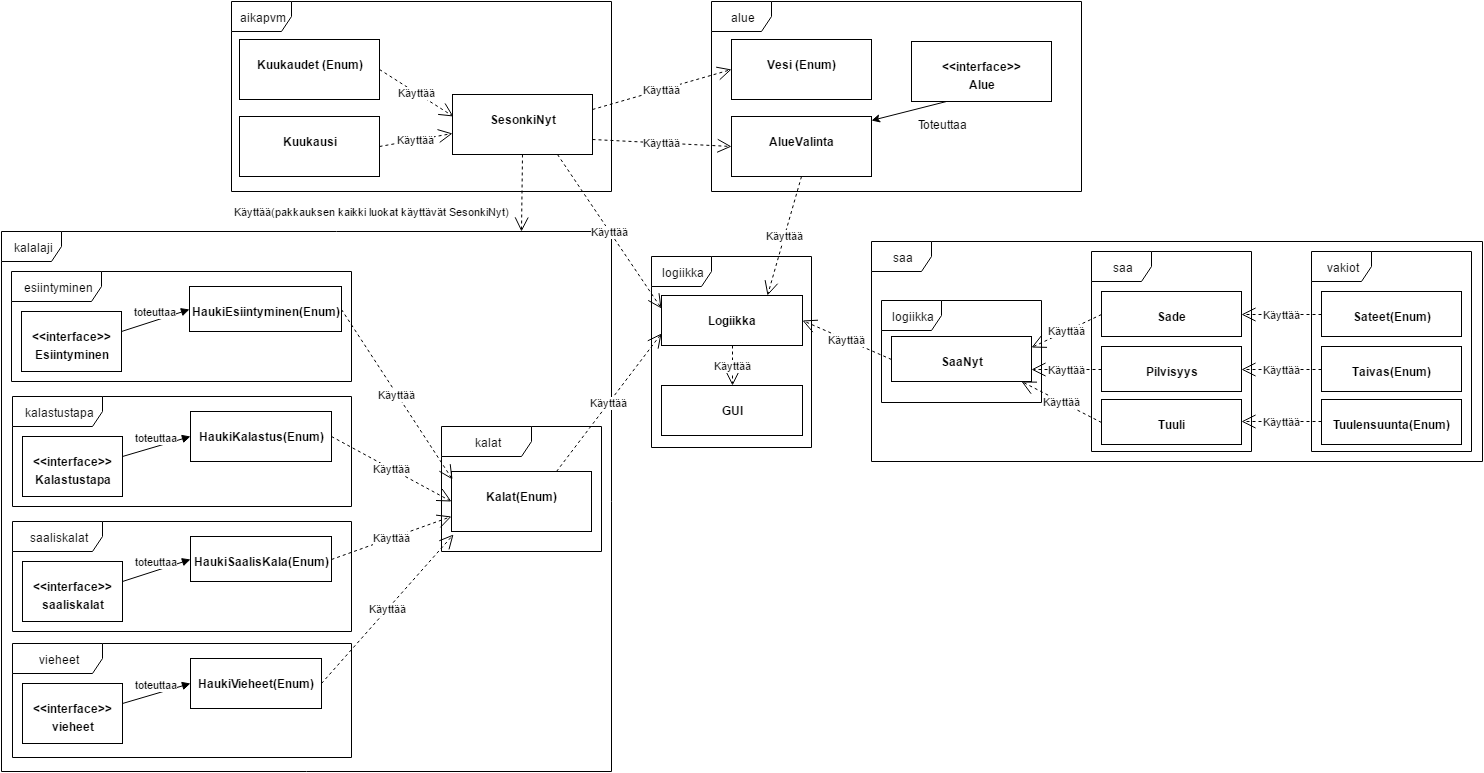
Above: dokumentaatio/kalastusApu_luokkakaavio.png in mikkovalla/KalastusApu (draw.io), before the change. Source tidied: cells renumbered, new cells last; positions are measured from the earlier drawing's top-left corner, leaving out a move shared by most shapes.
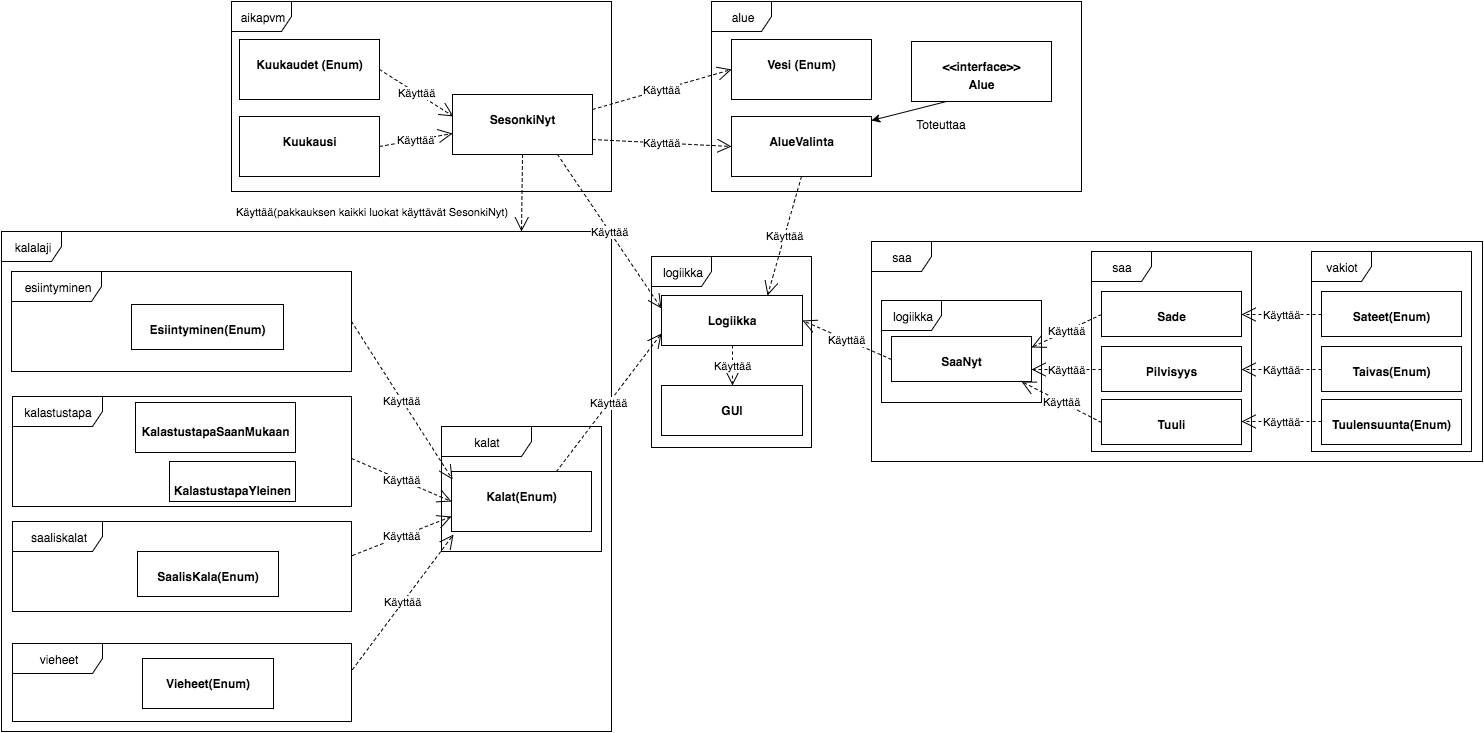
The same file after the commit.

Commit message:
Luokkakaavio päivitetty

Diff of the diagram source:
```diff
@@ -39,13 +39,13 @@
       <mxGeometry relative="1" as="geometry" />
     </mxCell>
     <mxCell id="14" value="kalalaji" style="shape=umlFrame;whiteSpace=wrap;html=1;" parent="1" vertex="1">
-      <mxGeometry y="230" width="610" height="540" as="geometry" />
+      <mxGeometry y="230" width="610" height="500" as="geometry" />
     </mxCell>
     <mxCell id="15" value="saa" style="shape=umlFrame;whiteSpace=wrap;html=1;" parent="1" vertex="1">
       <mxGeometry x="870" y="240" width="611" height="220" as="geometry" />
     </mxCell>
     <mxCell id="16" value="esiintyminen" style="shape=umlFrame;whiteSpace=wrap;html=1;width=90;height=30;" parent="1" vertex="1">
-      <mxGeometry x="10" y="270" width="340" height="110" as="geometry" />
+      <mxGeometry x="10" y="270" width="340" height="100" as="geometry" />
     </mxCell>
     <mxCell id="17" value="kalat" style="shape=umlFrame;whiteSpace=wrap;html=1;width=90;height=30;" parent="1" vertex="1">
       <mxGeometry x="440" y="425" width="160" height="125" as="geometry" />
@@ -53,59 +53,27 @@
     <mxCell id="18" value="&lt;p style=&quot;margin: 0px ; margin-top: 4px ; text-align: center&quot;&gt;&lt;br&gt;&lt;b&gt;Kalat(Enum)&lt;/b&gt;&lt;/p&gt;" style="verticalAlign=top;align=left;overflow=fill;fontSize=12;fontFamily=Helvetica;html=1;" parent="1" vertex="1">
       <mxGeometry x="450" y="470" width="140" height="60" as="geometry" />
     </mxCell>
-    <mxCell id="19" value="&lt;p style=&quot;margin: 0px ; margin-top: 4px ; text-align: center&quot;&gt;&lt;br&gt;&lt;b&gt;&amp;lt;&amp;lt;interface&amp;gt;&amp;gt;&lt;/b&gt;&lt;/p&gt;&lt;p style=&quot;margin: 0px ; margin-top: 4px ; text-align: center&quot;&gt;&lt;b&gt;Esiintyminen&lt;/b&gt;&lt;/p&gt;" style="verticalAlign=top;align=left;overflow=fill;fontSize=12;fontFamily=Helvetica;html=1;" parent="1" vertex="1">
-      <mxGeometry x="20" y="310" width="100" height="60" as="geometry" />
-    </mxCell>
-    <mxCell id="20" value="&lt;p style=&quot;margin: 0px ; margin-top: 4px ; text-align: center&quot;&gt;&lt;br&gt;&lt;b&gt;HaukiEsiintyminen(Enum)&lt;/b&gt;&lt;/p&gt;" style="verticalAlign=top;align=left;overflow=fill;fontSize=12;fontFamily=Helvetica;html=1;" parent="1" vertex="1">
-      <mxGeometry x="188" y="285" width="152" height="45" as="geometry" />
+    <mxCell id="20" value="&lt;p style=&quot;margin: 0px ; margin-top: 4px ; text-align: center&quot;&gt;&lt;br&gt;&lt;b&gt;Esiintyminen(Enum)&lt;/b&gt;&lt;/p&gt;" style="verticalAlign=top;align=left;overflow=fill;fontSize=12;fontFamily=Helvetica;html=1;" parent="1" vertex="1">
+      <mxGeometry x="130" y="303" width="152" height="45" as="geometry" />
     </mxCell>
-    <mxCell id="21" value="toteuttaa" style="html=1;verticalAlign=bottom;endArrow=block;entryX=0;entryY=0.5;" parent="1" edge="1" target="20">
-      <mxGeometry relative="1" as="geometry">
-        <mxPoint x="120" y="330" as="sourcePoint" />
-      </mxGeometry>
-    </mxCell>
     <mxCell id="22" value="kalastustapa" style="shape=umlFrame;whiteSpace=wrap;html=1;width=90;height=30;" parent="1" vertex="1">
       <mxGeometry x="11" y="395" width="339" height="110" as="geometry" />
     </mxCell>
-    <mxCell id="23" value="&lt;p style=&quot;margin: 0px ; margin-top: 4px ; text-align: center&quot;&gt;&lt;br&gt;&lt;b&gt;&amp;lt;&amp;lt;interface&amp;gt;&amp;gt;&lt;/b&gt;&lt;/p&gt;&lt;p style=&quot;margin: 0px ; margin-top: 4px ; text-align: center&quot;&gt;&lt;b&gt;Kalastustapa&lt;/b&gt;&lt;/p&gt;" style="verticalAlign=top;align=left;overflow=fill;fontSize=12;fontFamily=Helvetica;html=1;" parent="1" vertex="1">
-      <mxGeometry x="21" y="435" width="100" height="60" as="geometry" />
+    <mxCell id="23" value="&lt;p style=&quot;margin: 0px ; margin-top: 4px ; text-align: center&quot;&gt;&lt;br&gt;&lt;/p&gt;&lt;p style=&quot;margin: 0px ; margin-top: 4px ; text-align: center&quot;&gt;&lt;b&gt;KalastustapaSaanMukaan&lt;/b&gt;&lt;/p&gt;" style="verticalAlign=top;align=left;overflow=fill;fontSize=12;fontFamily=Helvetica;html=1;" parent="1" vertex="1">
+      <mxGeometry x="134" y="401" width="160" height="50" as="geometry" />
     </mxCell>
-    <mxCell id="24" value="&lt;p style=&quot;margin: 0px ; margin-top: 4px ; text-align: center&quot;&gt;&lt;br&gt;&lt;b&gt;HaukiKalastus(Enum)&lt;/b&gt;&lt;/p&gt;" style="verticalAlign=top;align=left;overflow=fill;fontSize=12;fontFamily=Helvetica;html=1;" parent="1" vertex="1">
-      <mxGeometry x="189" y="410" width="141" height="50" as="geometry" />
-    </mxCell>
-    <mxCell id="25" value="toteuttaa" style="html=1;verticalAlign=bottom;endArrow=block;entryX=0;entryY=0.5;" parent="1" edge="1" target="24">
-      <mxGeometry x="-629" y="475" as="geometry">
-        <mxPoint x="121" y="455" as="sourcePoint" />
-      </mxGeometry>
-    </mxCell>
     <mxCell id="26" value="saaliskalat" style="shape=umlFrame;whiteSpace=wrap;html=1;width=90;height=30;" parent="1" vertex="1">
-      <mxGeometry x="11" y="520" width="339" height="110" as="geometry" />
+      <mxGeometry x="11" y="520" width="339" height="90" as="geometry" />
     </mxCell>
-    <mxCell id="27" value="&lt;p style=&quot;margin: 0px ; margin-top: 4px ; text-align: center&quot;&gt;&lt;br&gt;&lt;b&gt;&amp;lt;&amp;lt;interface&amp;gt;&amp;gt;&lt;/b&gt;&lt;/p&gt;&lt;p style=&quot;margin: 0px ; margin-top: 4px ; text-align: center&quot;&gt;&lt;b&gt;saaliskalat&lt;/b&gt;&lt;/p&gt;" style="verticalAlign=top;align=left;overflow=fill;fontSize=12;fontFamily=Helvetica;html=1;" parent="1" vertex="1">
-      <mxGeometry x="21" y="560" width="100" height="60" as="geometry" />
-    </mxCell>
-    <mxCell id="28" value="&lt;p style=&quot;margin: 0px ; margin-top: 4px ; text-align: center&quot;&gt;&lt;br&gt;&lt;b&gt;HaukiSaalisKala(Enum)&lt;/b&gt;&lt;/p&gt;" style="verticalAlign=top;align=left;overflow=fill;fontSize=12;fontFamily=Helvetica;html=1;" parent="1" vertex="1">
-      <mxGeometry x="189" y="535" width="141" height="45" as="geometry" />
+    <mxCell id="28" value="&lt;p style=&quot;margin: 0px ; margin-top: 4px ; text-align: center&quot;&gt;&lt;br&gt;&lt;b&gt;SaalisKala(Enum)&lt;/b&gt;&lt;/p&gt;" style="verticalAlign=top;align=left;overflow=fill;fontSize=12;fontFamily=Helvetica;html=1;" parent="1" vertex="1">
+      <mxGeometry x="136" y="550" width="141" height="45" as="geometry" />
     </mxCell>
-    <mxCell id="29" value="toteuttaa" style="html=1;verticalAlign=bottom;endArrow=block;entryX=0;entryY=0.5;" parent="1" edge="1" target="28">
-      <mxGeometry x="-629" y="600" as="geometry">
-        <mxPoint x="121" y="580" as="sourcePoint" />
-      </mxGeometry>
-    </mxCell>
     <mxCell id="30" value="vieheet" style="shape=umlFrame;whiteSpace=wrap;html=1;width=90;height=30;" parent="1" vertex="1">
-      <mxGeometry x="11" y="642" width="339" height="114" as="geometry" />
+      <mxGeometry x="11" y="642" width="339" height="78" as="geometry" />
     </mxCell>
-    <mxCell id="31" value="&lt;p style=&quot;margin: 0px ; margin-top: 4px ; text-align: center&quot;&gt;&lt;br&gt;&lt;b&gt;&amp;lt;&amp;lt;interface&amp;gt;&amp;gt;&lt;/b&gt;&lt;/p&gt;&lt;p style=&quot;margin: 0px ; margin-top: 4px ; text-align: center&quot;&gt;&lt;b&gt;vieheet&lt;/b&gt;&lt;/p&gt;" style="verticalAlign=top;align=left;overflow=fill;fontSize=12;fontFamily=Helvetica;html=1;" parent="1" vertex="1">
-      <mxGeometry x="21" y="682" width="100" height="60" as="geometry" />
-    </mxCell>
-    <mxCell id="32" value="&lt;p style=&quot;margin: 0px ; margin-top: 4px ; text-align: center&quot;&gt;&lt;br&gt;&lt;b&gt;HaukiVieheet(Enum)&lt;/b&gt;&lt;/p&gt;" style="verticalAlign=top;align=left;overflow=fill;fontSize=12;fontFamily=Helvetica;html=1;" parent="1" vertex="1">
-      <mxGeometry x="189" y="657" width="131" height="50" as="geometry" />
+    <mxCell id="32" value="&lt;p style=&quot;margin: 0px ; margin-top: 4px ; text-align: center&quot;&gt;&lt;br&gt;&lt;b&gt;Vieheet(Enum)&lt;/b&gt;&lt;/p&gt;" style="verticalAlign=top;align=left;overflow=fill;fontSize=12;fontFamily=Helvetica;html=1;" parent="1" vertex="1">
+      <mxGeometry x="141" y="657" width="131" height="50" as="geometry" />
     </mxCell>
-    <mxCell id="33" value="toteuttaa" style="html=1;verticalAlign=bottom;endArrow=block;entryX=0;entryY=0.5;" parent="1" edge="1" target="32">
-      <mxGeometry x="-629" y="722" as="geometry">
-        <mxPoint x="121" y="702" as="sourcePoint" />
-      </mxGeometry>
-    </mxCell>
     <mxCell id="34" style="edgeStyle=orthogonalEdgeStyle;rounded=0;html=1;exitX=0.5;exitY=0;entryX=0.5;entryY=0;jettySize=auto;orthogonalLoop=1;" parent="1" edge="1" source="18" target="18">
       <mxGeometry relative="1" as="geometry" />
     </mxCell>
@@ -121,16 +89,18 @@
         <mxPoint x="-150" y="19" as="offset" />
       </mxGeometry>
     </mxCell>
-    <mxCell id="38" value="Käyttää" style="endArrow=open;endSize=12;dashed=1;html=1;entryX=0.007;entryY=0.133;exitX=1;exitY=0.5;entryPerimeter=0;" parent="1" edge="1" source="20" target="18">
-      <mxGeometry x="-229" y="178" as="geometry" />
+    <mxCell id="38" value="Käyttää" style="endArrow=open;endSize=12;dashed=1;html=1;entryX=0.007;entryY=0.133;entryPerimeter=0;" parent="1" edge="1" target="18">
+      <mxGeometry x="-229" y="178" as="geometry">
+        <mxPoint x="350" y="320" as="sourcePoint" />
+      </mxGeometry>
     </mxCell>
-    <mxCell id="39" value="Käyttää" style="endArrow=open;endSize=12;dashed=1;html=1;entryX=0;entryY=0.5;exitX=1;exitY=0.5;" parent="1" edge="1" source="24" target="18">
+    <mxCell id="39" value="Käyttää" style="endArrow=open;endSize=12;dashed=1;html=1;entryX=0;entryY=0.5;exitX=1;exitY=0.564;exitPerimeter=0;" parent="1" edge="1" source="22" target="18">
       <mxGeometry x="-359" y="637" as="geometry" />
     </mxCell>
-    <mxCell id="40" value="Käyttää" style="endArrow=open;endSize=12;dashed=1;html=1;exitX=1;exitY=0.5;entryX=0;entryY=0.75;" parent="1" edge="1" source="28" target="18">
+    <mxCell id="40" value="Käyttää" style="endArrow=open;endSize=12;dashed=1;html=1;exitX=1.003;exitY=0.382;entryX=0;entryY=0.75;exitPerimeter=0;" parent="1" edge="1" source="26" target="18">
       <mxGeometry x="-400" y="614" as="geometry" />
     </mxCell>
-    <mxCell id="41" value="Käyttää" style="endArrow=open;endSize=12;dashed=1;html=1;entryX=0.014;entryY=1.05;exitX=1;exitY=0.5;entryPerimeter=0;" parent="1" edge="1" source="32" target="18">
+    <mxCell id="41" value="Käyttää" style="endArrow=open;endSize=12;dashed=1;html=1;entryX=0.014;entryY=1.05;exitX=1.003;exitY=0.333;entryPerimeter=0;exitPerimeter=0;" parent="1" edge="1" source="30" target="18">
       <mxGeometry x="-379" y="699" as="geometry" />
     </mxCell>
     <mxCell id="42" value="vakiot" style="shape=umlFrame;whiteSpace=wrap;html=1;" parent="1" vertex="1">
@@ -216,5 +186,8 @@
     <mxCell id="65" value="Käyttää" style="endArrow=open;endSize=12;dashed=1;html=1;entryX=1;entryY=0.5;exitX=0;exitY=0.5;" parent="1" edge="1" source="51" target="59">
       <mxGeometry x="266" y="330" as="geometry" />
     </mxCell>
+    <mxCell id="66" value="&lt;p style=&quot;margin: 0px ; margin-top: 4px ; text-align: center&quot;&gt;&lt;br&gt;&lt;/p&gt;&lt;p style=&quot;margin: 0px ; margin-top: 4px ; text-align: center&quot;&gt;&lt;b&gt;KalastustapaYleinen&lt;/b&gt;&lt;/p&gt;" style="verticalAlign=top;align=left;overflow=fill;fontSize=12;fontFamily=Helvetica;html=1;" parent="1" vertex="1">
+      <mxGeometry x="168" y="460" width="126" height="40" as="geometry" />
+    </mxCell>
   </root>
 </mxGraphModel>
```
